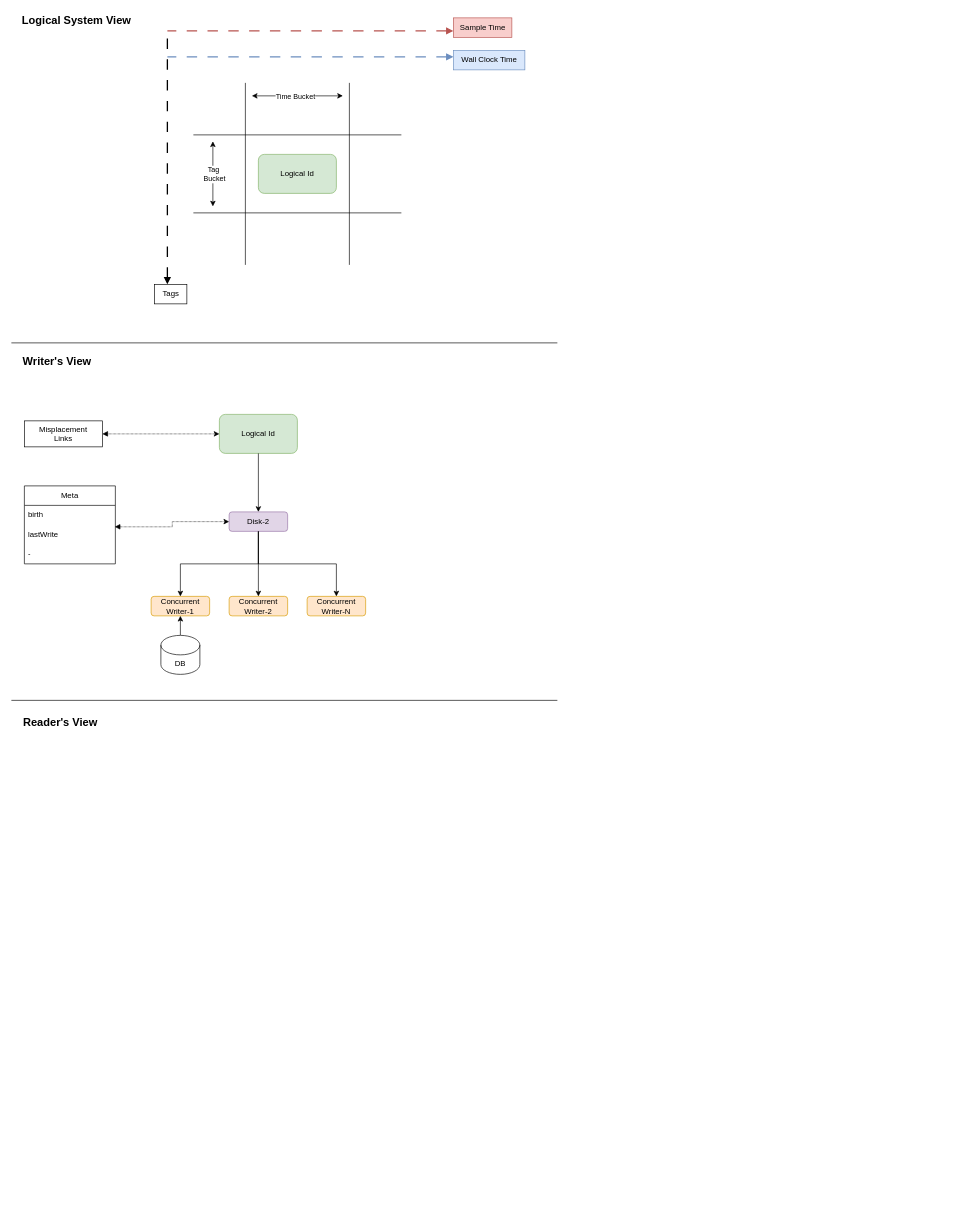
The draw.io diagram code-justifications/System View.drawio in LRagji/grid-scale, before the edit. Source tidied: cells renumbered, new cells numbered last; positions are measured from the earlier drawing's top-left corner, leaving out a move shared by most shapes. Both pictures are drawn from the tidied source at 65%, with x=0, y=0 at pixel (11, 11).
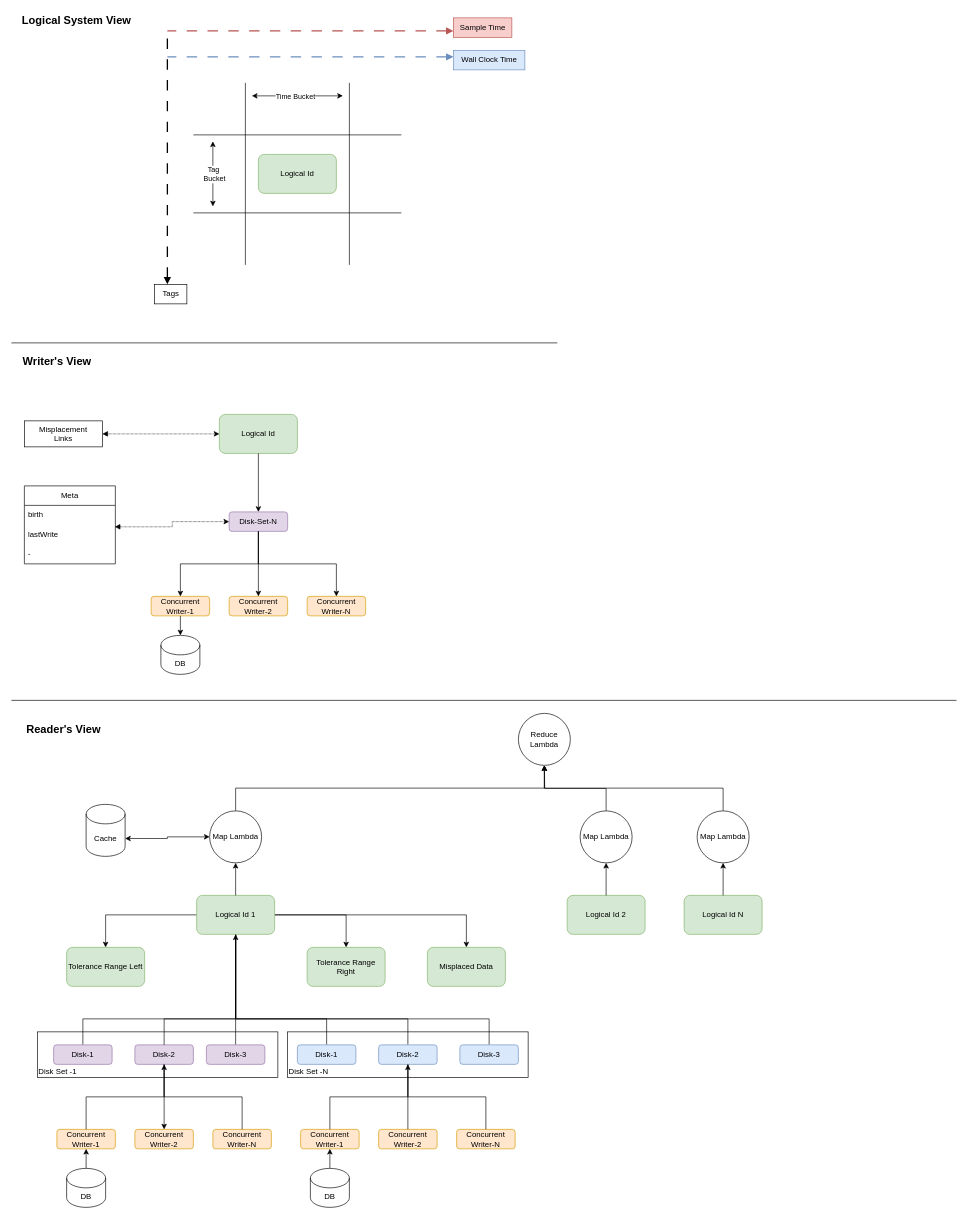
After the change.

Commit message:
Added system view

The change refers to these unchanged cells:
```xml
<mxCell id="21" value="Concurrent Writer-1" style="rounded=1;whiteSpace=wrap;html=1;fillColor=#ffe6cc;strokeColor=#d79b00;" parent="1" vertex="1">
  <mxGeometry x="215" y="900" width="90" height="30" as="geometry" />
</mxCell>
<mxCell id="28" value="DB" style="shape=cylinder3;whiteSpace=wrap;html=1;boundedLbl=1;backgroundOutline=1;size=15;" parent="1" vertex="1">
  <mxGeometry x="230" y="960" width="60" height="60" as="geometry" />
</mxCell>
```

The edit, as a diff of the source:
```diff
@@
+    <mxCell id="40" value="Disk Set -N" style="rounded=0;whiteSpace=wrap;html=1;verticalAlign=bottom;align=left;" parent="1" vertex="1">
+      <mxGeometry x="425" y="1570" width="370" height="70" as="geometry" />
+    </mxCell>
+    <mxCell id="41" value="Disk Set -1" style="rounded=0;whiteSpace=wrap;html=1;verticalAlign=bottom;align=left;" parent="1" vertex="1">
+      <mxGeometry x="40" y="1570" width="370" height="70" as="geometry" />
+    </mxCell>
@@
-    <mxCell id="19" value="Disk-2" style="rounded=1;whiteSpace=wrap;html=1;fillColor=#e1d5e7;strokeColor=#9673a6;" parent="1" vertex="1">
+    <mxCell id="19" value="Disk-Set-N" style="rounded=1;whiteSpace=wrap;html=1;fillColor=#e1d5e7;strokeColor=#9673a6;" parent="1" vertex="1">
       <mxGeometry x="335" y="770" width="90" height="30" as="geometry" />
     </mxCell>
@@
-    <mxCell id="27" style="rounded=0;jettySize=auto;html=1;exitX=0.5;exitY=0;exitDx=0;exitDy=0;exitPerimeter=0;entryX=0.5;entryY=1;entryDx=0;entryDy=0;" parent="1" edge="1" source="28" target="21">
+    <mxCell id="27" style="rounded=0;jettySize=auto;html=1;exitX=0.5;exitY=1;exitDx=0;exitDy=0;entryX=0.5;entryY=0;entryDx=0;entryDy=0;entryPerimeter=0;" parent="1" edge="1" source="21" target="28">
       <mxGeometry relative="1" as="geometry" />
     </mxCell>
@@
     <mxCell id="37" style="endArrow=none;html=1;rounded=0;" parent="1" edge="1">
       <mxGeometry relative="1" as="geometry">
         <mxPoint y="1060" as="sourcePoint" />
-        <mxPoint x="840" y="1060" as="targetPoint" />
+        <mxPoint x="1454" y="1060" as="targetPoint" />
       </mxGeometry>
     </mxCell>
     <mxCell id="38" value="&lt;b&gt;&lt;font style=&quot;font-size: 17px;&quot;&gt;Reader's View&lt;/font&gt;&lt;/b&gt;" style="text;html=1;align=center;verticalAlign=middle;strokeColor=none;fillColor=none;" parent="1" vertex="1">
-      <mxGeometry x="5" y="1080" width="140" height="30" as="geometry" />
+      <mxGeometry x="10" y="1090" width="140" height="30" as="geometry" />
     </mxCell>
@@
+    <mxCell id="42" style="edgeStyle=orthogonalEdgeStyle;rounded=0;jettySize=auto;html=1;exitX=0.5;exitY=1;exitDx=0;exitDy=0;entryX=0.5;entryY=0;entryDx=0;entryDy=0;endArrow=none;endFill=0;" parent="1" edge="1" source="50" target="64">
+      <mxGeometry relative="1" as="geometry">
+        <Array as="points">
+          <mxPoint x="345" y="1550" />
+          <mxPoint x="110" y="1550" />
+        </Array>
+      </mxGeometry>
+    </mxCell>
+    <mxCell id="43" style="edgeStyle=orthogonalEdgeStyle;rounded=0;jettySize=auto;html=1;exitX=0.5;exitY=1;exitDx=0;exitDy=0;endArrow=none;endFill=0;" parent="1" edge="1" source="50" target="75">
+      <mxGeometry relative="1" as="geometry">
+        <Array as="points">
+          <mxPoint x="345" y="1550" />
+          <mxPoint x="485" y="1550" />
+        </Array>
+      </mxGeometry>
+    </mxCell>
+    <mxCell id="44" style="edgeStyle=orthogonalEdgeStyle;rounded=0;jettySize=auto;html=1;exitX=0.5;exitY=1;exitDx=0;exitDy=0;endArrow=none;endFill=0;" parent="1" edge="1" source="50" target="66">
+      <mxGeometry relative="1" as="geometry">
+        <Array as="points">
+          <mxPoint x="345" y="1550" />
+          <mxPoint x="610" y="1550" />
+        </Array>
+      </mxGeometry>
+    </mxCell>
+    <mxCell id="45" style="edgeStyle=orthogonalEdgeStyle;rounded=0;jettySize=auto;html=1;exitX=0.5;exitY=1;exitDx=0;exitDy=0;endArrow=none;endFill=0;" parent="1" edge="1" source="50" target="76">
+      <mxGeometry relative="1" as="geometry">
+        <Array as="points">
+          <mxPoint x="345" y="1550" />
+          <mxPoint x="735" y="1550" />
+        </Array>
+      </mxGeometry>
+    </mxCell>
+    <mxCell id="46" style="edgeStyle=orthogonalEdgeStyle;rounded=0;jettySize=auto;html=1;exitX=1;exitY=0.5;exitDx=0;exitDy=0;entryX=0.5;entryY=0;entryDx=0;entryDy=0;" parent="1" edge="1" source="50" target="63">
+      <mxGeometry relative="1" as="geometry" />
+    </mxCell>
+    <mxCell id="47" style="edgeStyle=orthogonalEdgeStyle;rounded=0;jettySize=auto;html=1;exitX=0;exitY=0.5;exitDx=0;exitDy=0;entryX=0.5;entryY=0;entryDx=0;entryDy=0;" parent="1" edge="1" source="50" target="61">
+      <mxGeometry relative="1" as="geometry" />
+    </mxCell>
+    <mxCell id="48" style="edgeStyle=orthogonalEdgeStyle;rounded=0;jettySize=auto;html=1;exitX=1;exitY=0.5;exitDx=0;exitDy=0;entryX=0.5;entryY=0;entryDx=0;entryDy=0;" parent="1" edge="1" source="50" target="62">
+      <mxGeometry relative="1" as="geometry" />
+    </mxCell>
+    <mxCell id="49" style="edgeStyle=orthogonalEdgeStyle;rounded=0;jettySize=auto;html=1;exitX=0.5;exitY=1;exitDx=0;exitDy=0;entryX=0.5;entryY=0;entryDx=0;entryDy=0;endArrow=none;endFill=0;" parent="1" edge="1" source="50" target="65">
+      <mxGeometry relative="1" as="geometry" />
+    </mxCell>
+    <mxCell id="50" value="Logical Id 1" style="rounded=1;whiteSpace=wrap;html=1;fillColor=#d5e8d4;strokeColor=#82b366;" parent="1" vertex="1">
+      <mxGeometry x="285" y="1360" width="120" height="60" as="geometry" />
+    </mxCell>
+    <mxCell id="51" value="Disk-2" style="rounded=1;whiteSpace=wrap;html=1;fillColor=#e1d5e7;strokeColor=#9673a6;" parent="1" vertex="1">
+      <mxGeometry x="190" y="1590" width="90" height="30" as="geometry" />
+    </mxCell>
+    <mxCell id="52" value="Concurrent Writer-1" style="rounded=1;whiteSpace=wrap;html=1;fillColor=#ffe6cc;strokeColor=#d79b00;" parent="1" vertex="1">
+      <mxGeometry x="70" y="1720" width="90" height="30" as="geometry" />
+    </mxCell>
+    <mxCell id="53" value="Concurrent Writer-2" style="rounded=1;whiteSpace=wrap;html=1;fillColor=#ffe6cc;strokeColor=#d79b00;" parent="1" vertex="1">
+      <mxGeometry x="190" y="1720" width="90" height="30" as="geometry" />
+    </mxCell>
+    <mxCell id="54" value="Concurrent Writer-N" style="rounded=1;whiteSpace=wrap;html=1;fillColor=#ffe6cc;strokeColor=#d79b00;" parent="1" vertex="1">
+      <mxGeometry x="310" y="1720" width="90" height="30" as="geometry" />
+    </mxCell>
+    <mxCell id="55" style="endArrow=none;html=1;rounded=0;entryX=0.5;entryY=0;entryDx=0;entryDy=0;edgeStyle=orthogonalEdgeStyle;exitX=0.5;exitY=1;exitDx=0;exitDy=0;startArrow=classic;startFill=1;endFill=0;" parent="1" edge="1" source="50" target="51">
+      <mxGeometry relative="1" as="geometry">
+        <Array as="points">
+          <mxPoint x="345" y="1550" />
+          <mxPoint x="235" y="1550" />
+        </Array>
+      </mxGeometry>
+    </mxCell>
+    <mxCell id="56" style="endArrow=classic;html=1;rounded=0;entryX=0.5;entryY=0;entryDx=0;entryDy=0;edgeStyle=orthogonalEdgeStyle;exitX=0.5;exitY=1;exitDx=0;exitDy=0;" parent="1" edge="1" source="51" target="53">
+      <mxGeometry relative="1" as="geometry" />
+    </mxCell>
+    <mxCell id="57" style="endArrow=none;html=1;rounded=0;entryX=0.5;entryY=0;entryDx=0;entryDy=0;edgeStyle=orthogonalEdgeStyle;exitX=0.5;exitY=1;exitDx=0;exitDy=0;endFill=0;" parent="1" edge="1" source="51" target="52">
+      <mxGeometry relative="1" as="geometry" />
+    </mxCell>
+    <mxCell id="58" style="rounded=0;jettySize=auto;html=1;exitX=0.5;exitY=0;exitDx=0;exitDy=0;exitPerimeter=0;entryX=0.5;entryY=1;entryDx=0;entryDy=0;" parent="1" edge="1" source="59" target="52">
+      <mxGeometry relative="1" as="geometry" />
+    </mxCell>
+    <mxCell id="59" value="DB" style="shape=cylinder3;whiteSpace=wrap;html=1;boundedLbl=1;backgroundOutline=1;size=15;" parent="1" vertex="1">
+      <mxGeometry x="85" y="1780" width="60" height="60" as="geometry" />
+    </mxCell>
+    <mxCell id="60" style="endArrow=none;html=1;rounded=0;entryX=0.5;entryY=0;entryDx=0;entryDy=0;edgeStyle=orthogonalEdgeStyle;exitX=0.5;exitY=1;exitDx=0;exitDy=0;startArrow=classic;startFill=1;endFill=0;" parent="1" edge="1" source="51" target="54">
+      <mxGeometry relative="1" as="geometry" />
+    </mxCell>
+    <mxCell id="61" value="Tolerance Range Left" style="rounded=1;whiteSpace=wrap;html=1;fillColor=#d5e8d4;strokeColor=#82b366;" parent="1" vertex="1">
+      <mxGeometry x="85" y="1440" width="120" height="60" as="geometry" />
+    </mxCell>
+    <mxCell id="62" value="Tolerance Range Right" style="rounded=1;whiteSpace=wrap;html=1;fillColor=#d5e8d4;strokeColor=#82b366;" parent="1" vertex="1">
+      <mxGeometry x="455" y="1440" width="120" height="60" as="geometry" />
+    </mxCell>
+    <mxCell id="63" value="Misplaced Data" style="rounded=1;whiteSpace=wrap;html=1;fillColor=#d5e8d4;strokeColor=#82b366;" parent="1" vertex="1">
+      <mxGeometry x="640" y="1440" width="120" height="60" as="geometry" />
+    </mxCell>
+    <mxCell id="64" value="Disk-1" style="rounded=1;whiteSpace=wrap;html=1;fillColor=#e1d5e7;strokeColor=#9673a6;" parent="1" vertex="1">
+      <mxGeometry x="65" y="1590" width="90" height="30" as="geometry" />
+    </mxCell>
+    <mxCell id="65" value="Disk-3" style="rounded=1;whiteSpace=wrap;html=1;fillColor=#e1d5e7;strokeColor=#9673a6;" parent="1" vertex="1">
+      <mxGeometry x="300" y="1590" width="90" height="30" as="geometry" />
+    </mxCell>
+    <mxCell id="66" value="Disk-2" style="rounded=1;whiteSpace=wrap;html=1;fillColor=#dae8fc;strokeColor=#6c8ebf;" parent="1" vertex="1">
+      <mxGeometry x="565" y="1590" width="90" height="30" as="geometry" />
+    </mxCell>
+    <mxCell id="67" value="Concurrent Writer-1" style="rounded=1;whiteSpace=wrap;html=1;fillColor=#ffe6cc;strokeColor=#d79b00;" parent="1" vertex="1">
+      <mxGeometry x="445" y="1720" width="90" height="30" as="geometry" />
+    </mxCell>
+    <mxCell id="68" value="Concurrent Writer-2" style="rounded=1;whiteSpace=wrap;html=1;fillColor=#ffe6cc;strokeColor=#d79b00;" parent="1" vertex="1">
+      <mxGeometry x="565" y="1720" width="90" height="30" as="geometry" />
+    </mxCell>
+    <mxCell id="69" value="Concurrent Writer-N" style="rounded=1;whiteSpace=wrap;html=1;fillColor=#ffe6cc;strokeColor=#d79b00;" parent="1" vertex="1">
+      <mxGeometry x="685" y="1720" width="90" height="30" as="geometry" />
+    </mxCell>
+    <mxCell id="70" style="endArrow=none;html=1;rounded=0;entryX=0.5;entryY=0;entryDx=0;entryDy=0;edgeStyle=orthogonalEdgeStyle;exitX=0.5;exitY=1;exitDx=0;exitDy=0;endFill=0;" parent="1" edge="1" source="66" target="68">
+      <mxGeometry relative="1" as="geometry" />
+    </mxCell>
+    <mxCell id="71" style="endArrow=none;html=1;rounded=0;entryX=0.5;entryY=0;entryDx=0;entryDy=0;edgeStyle=orthogonalEdgeStyle;exitX=0.5;exitY=1;exitDx=0;exitDy=0;startArrow=classic;startFill=1;endFill=0;" parent="1" edge="1" source="66" target="67">
+      <mxGeometry relative="1" as="geometry" />
+    </mxCell>
+    <mxCell id="72" style="rounded=0;jettySize=auto;html=1;exitX=0.5;exitY=0;exitDx=0;exitDy=0;exitPerimeter=0;entryX=0.5;entryY=1;entryDx=0;entryDy=0;" parent="1" edge="1" source="73" target="67">
+      <mxGeometry relative="1" as="geometry" />
+    </mxCell>
+    <mxCell id="73" value="DB" style="shape=cylinder3;whiteSpace=wrap;html=1;boundedLbl=1;backgroundOutline=1;size=15;" parent="1" vertex="1">
+      <mxGeometry x="460" y="1780" width="60" height="60" as="geometry" />
+    </mxCell>
+    <mxCell id="74" style="endArrow=none;html=1;rounded=0;entryX=0.5;entryY=0;entryDx=0;entryDy=0;edgeStyle=orthogonalEdgeStyle;exitX=0.5;exitY=1;exitDx=0;exitDy=0;endFill=0;" parent="1" edge="1" source="66" target="69">
+      <mxGeometry relative="1" as="geometry" />
+    </mxCell>
+    <mxCell id="75" value="Disk-1" style="rounded=1;whiteSpace=wrap;html=1;fillColor=#dae8fc;strokeColor=#6c8ebf;" parent="1" vertex="1">
+      <mxGeometry x="440" y="1590" width="90" height="30" as="geometry" />
+    </mxCell>
+    <mxCell id="76" value="Disk-3" style="rounded=1;whiteSpace=wrap;html=1;fillColor=#dae8fc;strokeColor=#6c8ebf;" parent="1" vertex="1">
+      <mxGeometry x="690" y="1590" width="90" height="30" as="geometry" />
+    </mxCell>
+    <mxCell id="77" style="edgeStyle=orthogonalEdgeStyle;rounded=0;jettySize=auto;html=1;exitX=0.5;exitY=1;exitDx=0;exitDy=0;entryX=0.5;entryY=0;entryDx=0;entryDy=0;startArrow=classic;startFill=1;endArrow=none;endFill=0;" parent="1" edge="1" source="80" target="50">
+      <mxGeometry relative="1" as="geometry" />
+    </mxCell>
+    <mxCell id="78" style="edgeStyle=orthogonalEdgeStyle;rounded=0;jettySize=auto;html=1;exitX=0.5;exitY=0;exitDx=0;exitDy=0;entryX=0.5;entryY=1;entryDx=0;entryDy=0;" parent="1" edge="1" source="80" target="89">
+      <mxGeometry relative="1" as="geometry" />
+    </mxCell>
+    <mxCell id="79" style="edgeStyle=orthogonalEdgeStyle;rounded=0;jettySize=auto;html=1;exitX=0;exitY=0.5;exitDx=0;exitDy=0;entryX=1;entryY=0;entryDx=0;entryDy=52.5;entryPerimeter=0;startArrow=classic;startFill=1;" parent="1" edge="1" source="80" target="90">
+      <mxGeometry relative="1" as="geometry" />
+    </mxCell>
+    <mxCell id="80" value="Map Lambda" style="ellipse;whiteSpace=wrap;html=1;" parent="1" vertex="1">
+      <mxGeometry x="305" y="1230" width="80" height="80" as="geometry" />
+    </mxCell>
+    <mxCell id="81" value="Logical Id 2" style="rounded=1;whiteSpace=wrap;html=1;fillColor=#d5e8d4;strokeColor=#82b366;" parent="1" vertex="1">
+      <mxGeometry x="855" y="1360" width="120" height="60" as="geometry" />
+    </mxCell>
+    <mxCell id="82" value="Logical Id N" style="rounded=1;whiteSpace=wrap;html=1;fillColor=#d5e8d4;strokeColor=#82b366;" parent="1" vertex="1">
+      <mxGeometry x="1035" y="1360" width="120" height="60" as="geometry" />
+    </mxCell>
+    <mxCell id="83" style="edgeStyle=orthogonalEdgeStyle;rounded=0;jettySize=auto;html=1;exitX=0.5;exitY=1;exitDx=0;exitDy=0;entryX=0.5;entryY=0;entryDx=0;entryDy=0;startArrow=classic;startFill=1;endArrow=none;endFill=0;" parent="1" edge="1" source="85" target="81">
+      <mxGeometry relative="1" as="geometry" />
+    </mxCell>
+    <mxCell id="84" style="edgeStyle=orthogonalEdgeStyle;rounded=0;jettySize=auto;html=1;exitX=0.5;exitY=0;exitDx=0;exitDy=0;" parent="1" edge="1" source="85">
+      <mxGeometry relative="1" as="geometry">
+        <mxPoint x="820" y="1160" as="targetPoint" />
+      </mxGeometry>
+    </mxCell>
+    <mxCell id="85" value="Map Lambda" style="ellipse;whiteSpace=wrap;html=1;" parent="1" vertex="1">
+      <mxGeometry x="875" y="1230" width="80" height="80" as="geometry" />
+    </mxCell>
+    <mxCell id="86" style="edgeStyle=orthogonalEdgeStyle;rounded=0;jettySize=auto;html=1;exitX=0.5;exitY=1;exitDx=0;exitDy=0;entryX=0.5;entryY=0;entryDx=0;entryDy=0;startArrow=classic;startFill=1;endArrow=none;endFill=0;" parent="1" edge="1" source="88" target="82">
+      <mxGeometry relative="1" as="geometry" />
+    </mxCell>
+    <mxCell id="87" style="edgeStyle=orthogonalEdgeStyle;rounded=0;jettySize=auto;html=1;exitX=0.5;exitY=0;exitDx=0;exitDy=0;entryX=0.5;entryY=1;entryDx=0;entryDy=0;" parent="1" edge="1" source="88" target="89">
+      <mxGeometry relative="1" as="geometry" />
+    </mxCell>
+    <mxCell id="88" value="Map Lambda" style="ellipse;whiteSpace=wrap;html=1;" parent="1" vertex="1">
+      <mxGeometry x="1055" y="1230" width="80" height="80" as="geometry" />
+    </mxCell>
+    <mxCell id="89" value="Reduce Lambda" style="ellipse;whiteSpace=wrap;html=1;" parent="1" vertex="1">
+      <mxGeometry x="780" y="1080" width="80" height="80" as="geometry" />
+    </mxCell>
+    <mxCell id="90" value="Cache" style="shape=cylinder3;whiteSpace=wrap;html=1;boundedLbl=1;backgroundOutline=1;size=15;" parent="1" vertex="1">
+      <mxGeometry x="115" y="1220" width="60" height="80" as="geometry" />
+    </mxCell>
```
